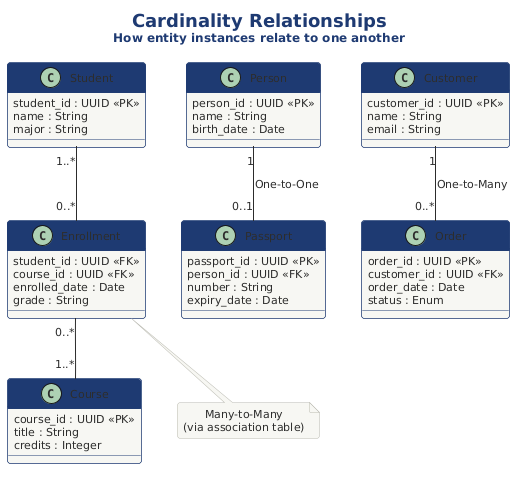
Before: src/architecture/views-and-beyond/style-catalogs/module/data-model-style/png/03-cardinality-relationships.png, a diagram exported from PlantUML (Notoriousjayy/latex-docs).
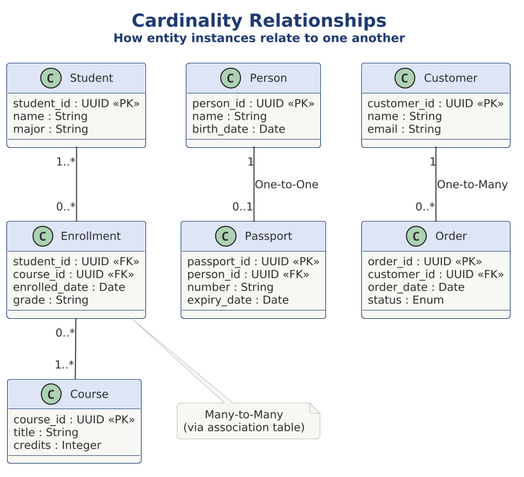
After the commit.

Change to the diagram source:
```diff
@@ -1,10 +1,15 @@
 @startuml 03-cardinality-relationships
+
+skinparam dpi 150
+
+
+
 !include ../../../../../../tooling/styles/plantuml/structural/component-diagram-style.iuml
 
-!define ACCENT #4A90D9
-!define LIGHT #E8F0FE
-!define DARK #2C5F8A
-!define BORDER #3A3A3A
+!define ACCENT $line_primary
+!define LIGHT $fill_primary
+!define DARK $line_primary
+!define BORDER $line_primary
 
 title <size:18><b>Cardinality Relationships</b></size>\n<size:12>How entity instances relate to one another</size>
 
```
